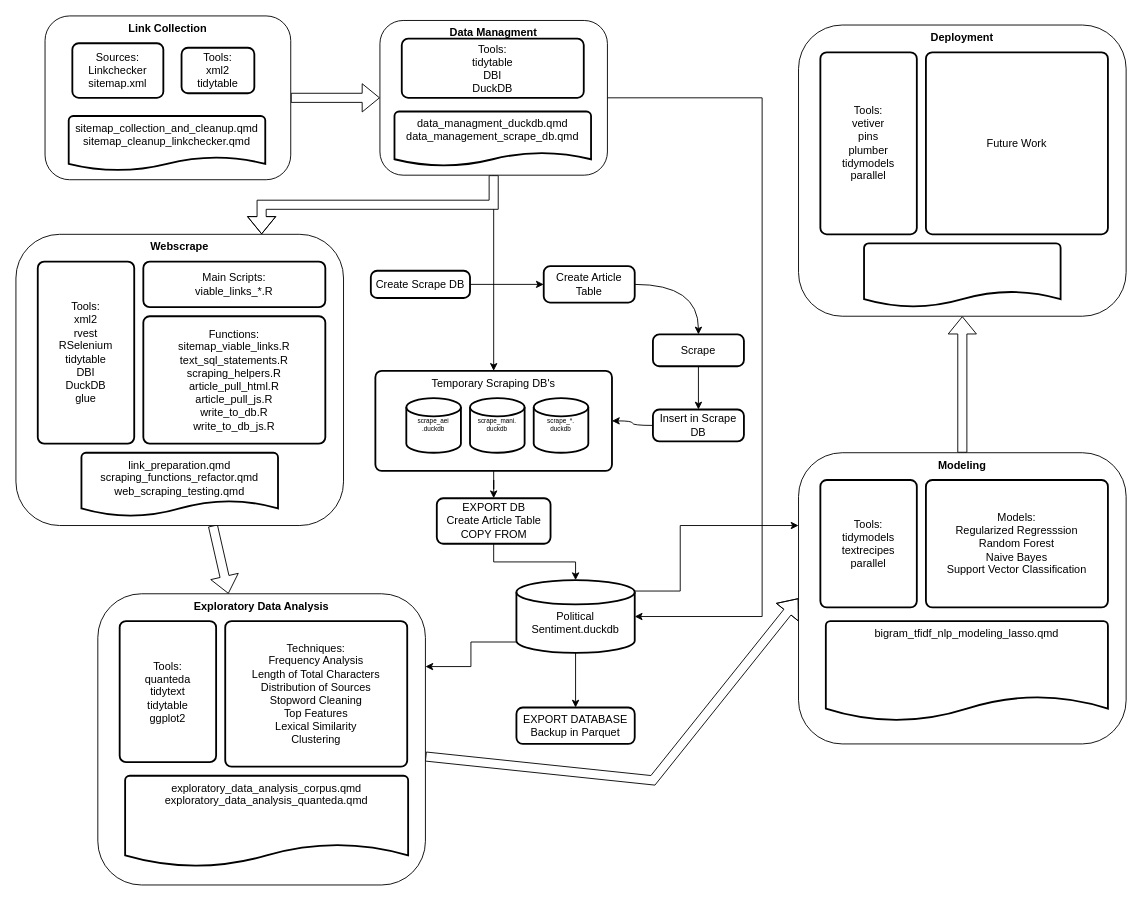
This is content/project/Flow Chart.drawio from keenan-smith-data/political-sentiment, a draw.io file, before an edit. Source tidied: cells renumbered, new cells numbered last; positions are measured from the earlier drawing's top-left corner, leaving out a move shared by most shapes. Both pictures are drawn from the tidied source at 91%, with x=0, y=0 at pixel (15, 15).
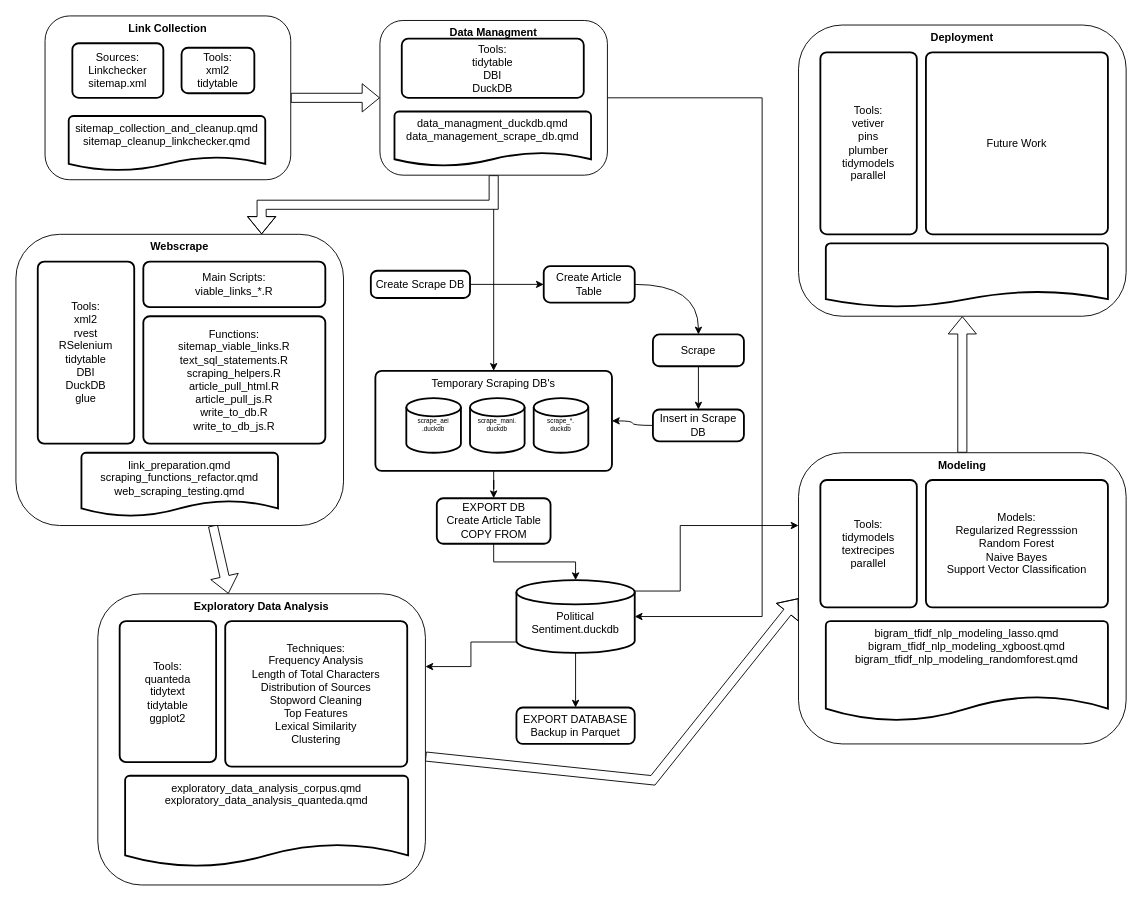
Above is the later version.

Commit message (it also covers changes not shown here):
xgboost tuning

What changed in the source:
```diff
@@
-    <mxCell id="46" value="bigram_tfidf_nlp_modeling_lasso.qmd" style="strokeWidth=2;html=1;shape=mxgraph.flowchart.document2;whiteSpace=wrap;size=0.25;verticalAlign=top;" parent="1" vertex="1">
+    <mxCell id="46" value="bigram_tfidf_nlp_modeling_lasso.qmd&lt;br&gt;bigram_tfidf_nlp_modeling_xgboost.qmd&lt;br&gt;bigram_tfidf_nlp_modeling_randomforest.qmd" style="strokeWidth=2;html=1;shape=mxgraph.flowchart.document2;whiteSpace=wrap;size=0.25;verticalAlign=top;" parent="1" vertex="1">
       <mxGeometry x="890" y="665" width="310" height="110" as="geometry" />
     </mxCell>
@@
     <mxCell id="50" style="strokeWidth=2;html=1;shape=mxgraph.flowchart.document2;whiteSpace=wrap;size=0.25;verticalAlign=top;" parent="1" vertex="1">
-      <mxGeometry x="932" y="250" width="216" height="70" as="geometry" />
+      <mxGeometry x="890" y="250" width="310" height="70" as="geometry" />
     </mxCell>
```
